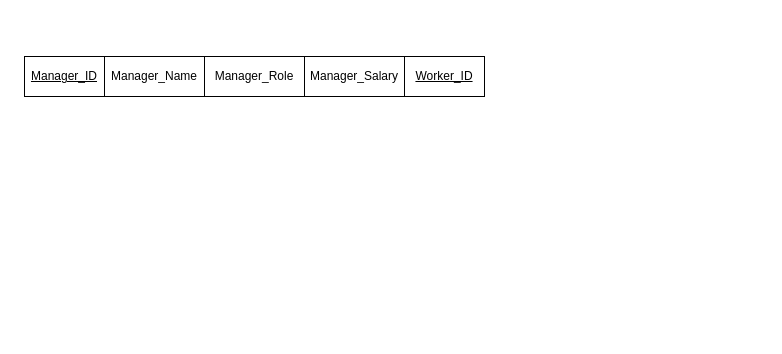
Above: normalizationWIA2001assg.drawio in justn0thinghere/drawio (draw.io), before the change. Source tidied: cells renumbered, new cells numbered last; positions are measured from the earlier drawing's top-left corner, leaving out a move shared by most shapes. Both pictures are drawn from the tidied source at 100%, with x=0, y=0 at pixel (24, 56).
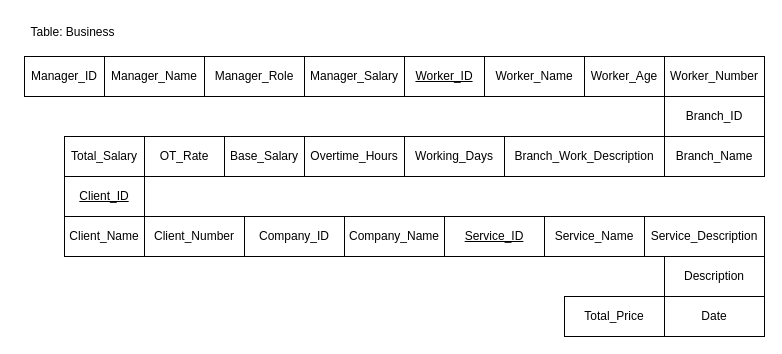
Above is the later version.

The edit, as a diff of the source:
```diff
@@
-    <mxCell id="2" value="&lt;u&gt;Manager_ID&lt;/u&gt;" style="rounded=0;whiteSpace=wrap;html=1;" parent="1" vertex="1">
+    <mxCell id="2" value="Manager_ID" style="rounded=0;whiteSpace=wrap;html=1;" parent="1" vertex="1">
       <mxGeometry width="80" height="40" as="geometry" />
     </mxCell>
@@
+    <mxCell id="7" value="Worker_Name" style="rounded=0;whiteSpace=wrap;html=1;" parent="1" vertex="1">
+      <mxGeometry x="460" width="100" height="40" as="geometry" />
+    </mxCell>
+    <mxCell id="8" value="Worker_Age" style="rounded=0;whiteSpace=wrap;html=1;" parent="1" vertex="1">
+      <mxGeometry x="560" width="80" height="40" as="geometry" />
+    </mxCell>
+    <mxCell id="9" value="Worker_Number" style="rounded=0;whiteSpace=wrap;html=1;" parent="1" vertex="1">
+      <mxGeometry x="640" width="100" height="40" as="geometry" />
+    </mxCell>
+    <mxCell id="10" value="Table: Business" style="text;html=1;align=center;verticalAlign=middle;strokeColor=none;fillColor=none;" parent="1" vertex="1">
+      <mxGeometry x="-7" y="-39" width="110" height="30" as="geometry" />
+    </mxCell>
+    <mxCell id="11" value="Branch_ID" style="rounded=0;whiteSpace=wrap;html=1;" parent="1" vertex="1">
+      <mxGeometry x="640" y="40" width="100" height="40" as="geometry" />
+    </mxCell>
+    <mxCell id="12" value="Branch_Name" style="rounded=0;whiteSpace=wrap;html=1;" parent="1" vertex="1">
+      <mxGeometry x="640" y="80" width="100" height="40" as="geometry" />
+    </mxCell>
+    <mxCell id="13" value="Branch_Work_Description" style="rounded=0;whiteSpace=wrap;html=1;" parent="1" vertex="1">
+      <mxGeometry x="480" y="80" width="160" height="40" as="geometry" />
+    </mxCell>
+    <mxCell id="14" value="Working_Days" style="rounded=0;whiteSpace=wrap;html=1;" parent="1" vertex="1">
+      <mxGeometry x="380" y="80" width="100" height="40" as="geometry" />
+    </mxCell>
+    <mxCell id="15" value="Overtime_Hours" style="rounded=0;whiteSpace=wrap;html=1;" parent="1" vertex="1">
+      <mxGeometry x="280" y="80" width="100" height="40" as="geometry" />
+    </mxCell>
+    <mxCell id="16" value="Base_Salary" style="rounded=0;whiteSpace=wrap;html=1;" parent="1" vertex="1">
+      <mxGeometry x="200" y="80" width="80" height="40" as="geometry" />
+    </mxCell>
+    <mxCell id="17" value="OT_Rate" style="rounded=0;whiteSpace=wrap;html=1;" parent="1" vertex="1">
+      <mxGeometry x="120" y="80" width="80" height="40" as="geometry" />
+    </mxCell>
+    <mxCell id="18" value="Total_Salary" style="rounded=0;whiteSpace=wrap;html=1;" parent="1" vertex="1">
+      <mxGeometry x="40" y="80" width="80" height="40" as="geometry" />
+    </mxCell>
+    <mxCell id="19" value="&lt;u&gt;Client_ID&lt;/u&gt;" style="rounded=0;whiteSpace=wrap;html=1;" parent="1" vertex="1">
+      <mxGeometry x="40" y="120" width="80" height="40" as="geometry" />
+    </mxCell>
+    <mxCell id="20" value="Client_Name" style="rounded=0;whiteSpace=wrap;html=1;" parent="1" vertex="1">
+      <mxGeometry x="40" y="160" width="80" height="40" as="geometry" />
+    </mxCell>
+    <mxCell id="21" value="Client_Number" style="rounded=0;whiteSpace=wrap;html=1;" parent="1" vertex="1">
+      <mxGeometry x="120" y="160" width="100" height="40" as="geometry" />
+    </mxCell>
+    <mxCell id="22" value="Company_ID" style="rounded=0;whiteSpace=wrap;html=1;" parent="1" vertex="1">
+      <mxGeometry x="220" y="160" width="100" height="40" as="geometry" />
+    </mxCell>
+    <mxCell id="23" value="Company_Name" style="rounded=0;whiteSpace=wrap;html=1;" parent="1" vertex="1">
+      <mxGeometry x="320" y="160" width="100" height="40" as="geometry" />
+    </mxCell>
+    <mxCell id="24" value="&lt;u&gt;Service_ID&lt;/u&gt;" style="rounded=0;whiteSpace=wrap;html=1;" parent="1" vertex="1">
+      <mxGeometry x="420" y="160" width="100" height="40" as="geometry" />
+    </mxCell>
+    <mxCell id="25" value="Service_Name" style="rounded=0;whiteSpace=wrap;html=1;" parent="1" vertex="1">
+      <mxGeometry x="520" y="160" width="100" height="40" as="geometry" />
+    </mxCell>
+    <mxCell id="26" value="Service_Description" style="rounded=0;whiteSpace=wrap;html=1;" parent="1" vertex="1">
+      <mxGeometry x="620" y="160" width="120" height="40" as="geometry" />
+    </mxCell>
+    <mxCell id="27" value="Description" style="rounded=0;whiteSpace=wrap;html=1;" parent="1" vertex="1">
+      <mxGeometry x="640" y="200" width="100" height="40" as="geometry" />
+    </mxCell>
+    <mxCell id="28" value="Date" style="rounded=0;whiteSpace=wrap;html=1;" parent="1" vertex="1">
+      <mxGeometry x="640" y="240" width="100" height="40" as="geometry" />
+    </mxCell>
+    <mxCell id="29" value="Total_Price" style="rounded=0;whiteSpace=wrap;html=1;" parent="1" vertex="1">
+      <mxGeometry x="540" y="240" width="100" height="40" as="geometry" />
+    </mxCell>
```
